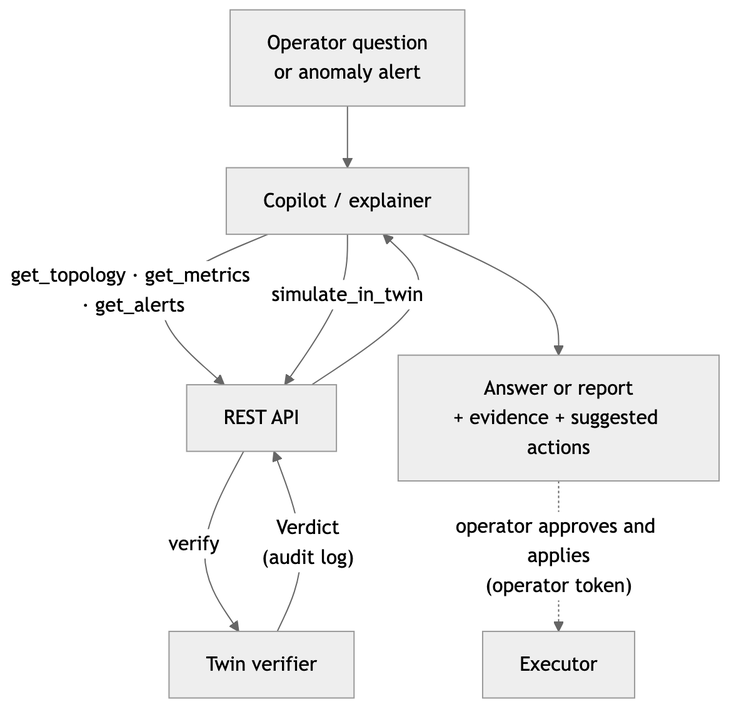
This is docs/report/figures/fig-3-3.png from AggimallaAbhishek/Digital-Twin-SDN, a Mermaid export, as it was before one commit. Its source is kept beside it as docs/report/figures/fig-3-3.mmd.
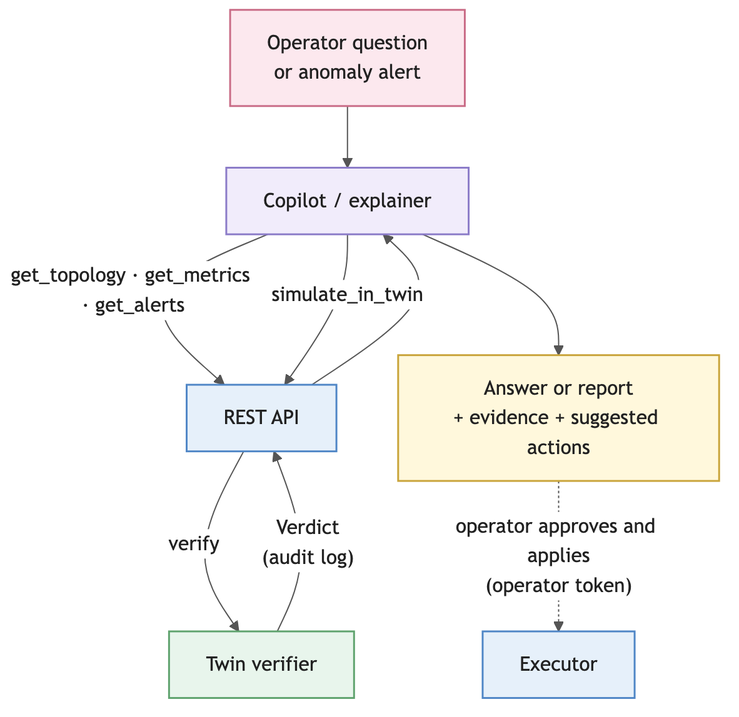
After the change.

Change to the diagram source:
```diff
@@ -1,3 +1,4 @@
+%%{init: {"theme": "base", "themeVariables": {"primaryColor": "#ffffff", "primaryTextColor": "#222222", "primaryBorderColor": "#666666", "lineColor": "#555555", "edgeLabelBackground": "#ffffff"}}}%%
 flowchart TB
     Q["Operator question<br/>or anomaly alert"] --> AG["Copilot / explainer"]
     AG -- "get_topology · get_metrics · get_alerts" --> API["REST API"]
@@ -7,3 +8,14 @@
     API --> AG
     AG --> R["Answer or report<br/>+ evidence + suggested actions"]
     R -. "operator approves and applies<br/>(operator token)" .-> EX["Executor"]
+
+    classDef op fill:#FCE8EE,stroke:#C96B86,stroke-width:1.5px
+    classDef intel fill:#F1ECFB,stroke:#8B7BC8,stroke-width:1.5px
+    classDef api fill:#E6F0FA,stroke:#4F86C6,stroke-width:1.5px
+    classDef twin fill:#E8F5EC,stroke:#5FA36E,stroke-width:1.5px
+    classDef out fill:#FFF8DC,stroke:#C9A43A,stroke-width:1.5px
+    class Q op
+    class AG intel
+    class API,EX api
+    class TW twin
+    class R out
```
